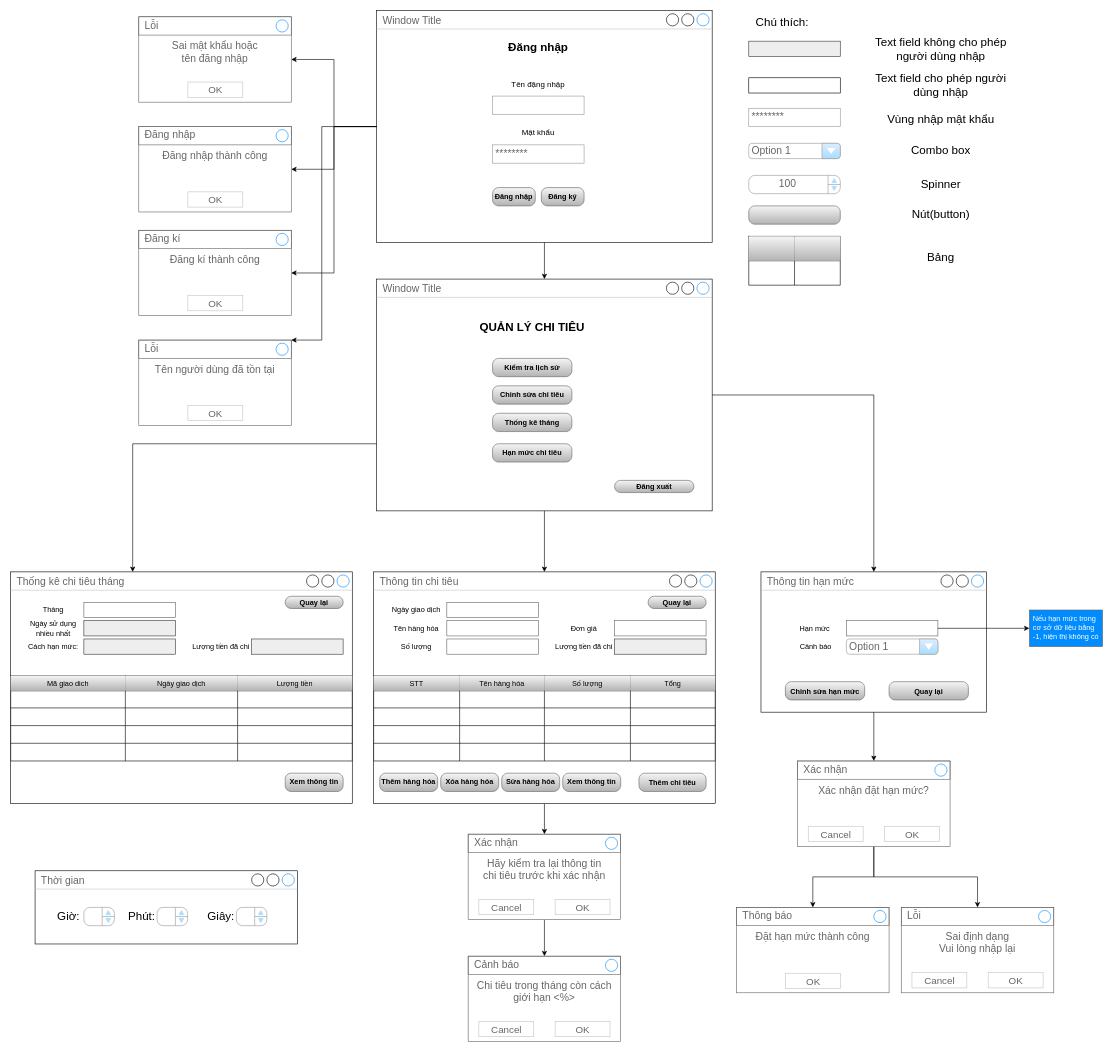
The draw.io diagram page "Sơ đồ màn hình" (1 of 6) of Diagrams/Screen diagram.drawio in AkallHuynh/IS216.L21.HTCL-Java, before the edit. Source tidied: cells renumbered, new cells numbered last; positions are measured from the earlier drawing's top-left corner, leaving out a move shared by most shapes. Both pictures are drawn from the tidied source at 61%, with x=0, y=0 at pixel (10, 10).
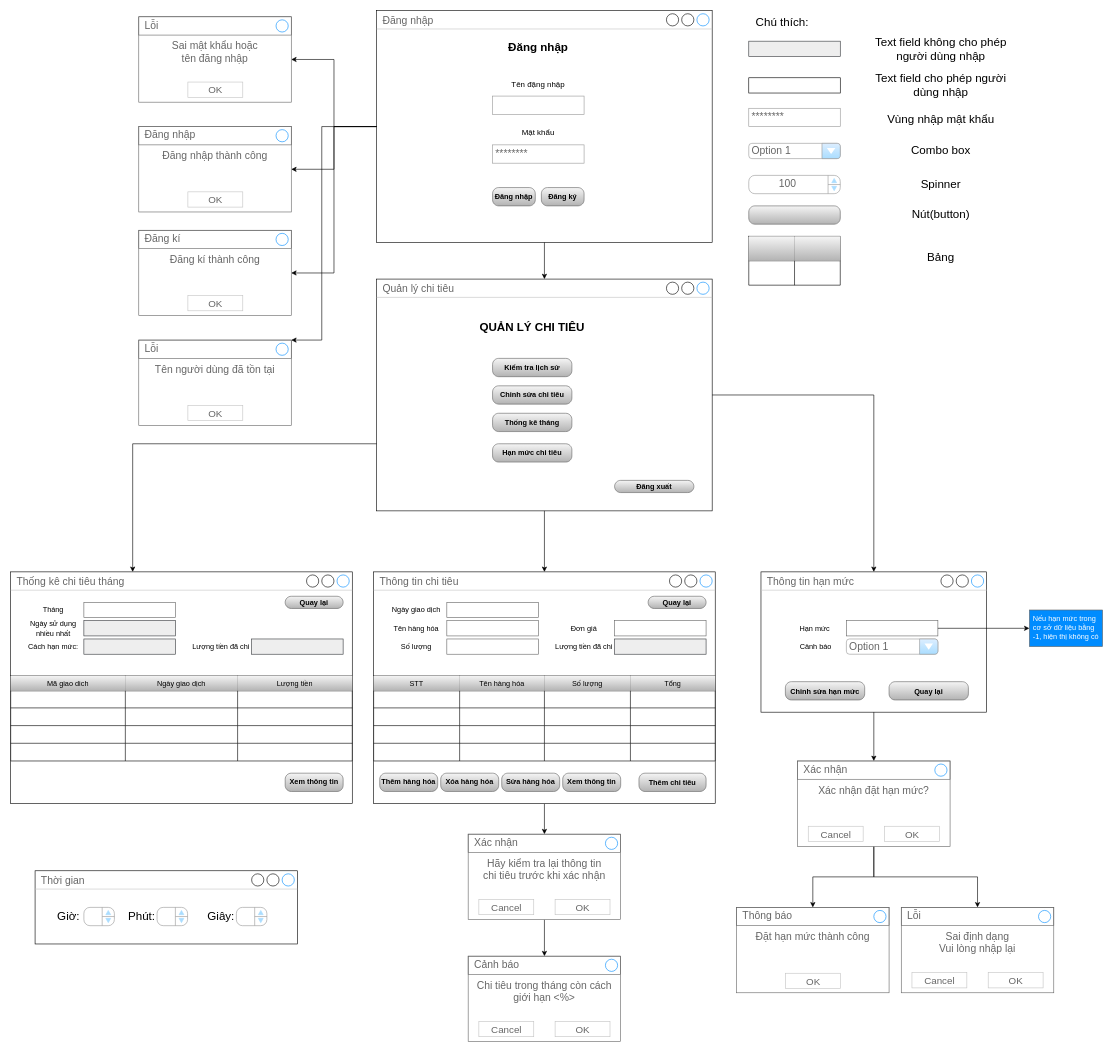
The same page after the edit.

Unchanged cells that the change refers to:
```xml
<mxCell id="118" style="group;" parent="1" vertex="1">
  <mxGeometry x="600" y="440" width="550" height="380" as="geometry" />
</mxCell>
<mxCell id="126" style="group;" parent="1" vertex="1">
  <mxGeometry x="600" width="550" height="380" as="geometry" />
</mxCell>
```

The edit, as a diff of the source:
```diff
@@
-    <mxCell id="119" value="Window Title" style="strokeWidth=1;shadow=0;dashed=0;align=center;html=1;shape=mxgraph.mockup.containers.window;align=left;verticalAlign=top;spacingLeft=8;strokeColor2=#008cff;strokeColor3=#c4c4c4;fontColor=#666666;mainText=;fontSize=17;labelBackgroundColor=none;" parent="118" vertex="1">
+    <mxCell id="119" value="Quản lý chi tiêu" style="strokeWidth=1;shadow=0;dashed=0;align=center;html=1;shape=mxgraph.mockup.containers.window;align=left;verticalAlign=top;spacingLeft=8;strokeColor2=#008cff;strokeColor3=#c4c4c4;fontColor=#666666;mainText=;fontSize=17;labelBackgroundColor=none;" parent="118" vertex="1">
       <mxGeometry width="550" height="380" as="geometry" />
     </mxCell>
@@
-    <mxCell id="127" value="Window Title" style="strokeWidth=1;shadow=0;dashed=0;align=center;html=1;shape=mxgraph.mockup.containers.window;align=left;verticalAlign=top;spacingLeft=8;strokeColor2=#008cff;strokeColor3=#c4c4c4;fontColor=#666666;mainText=;fontSize=17;labelBackgroundColor=none;" parent="126" vertex="1">
+    <mxCell id="127" value="Đăng nhập" style="strokeWidth=1;shadow=0;dashed=0;align=center;html=1;shape=mxgraph.mockup.containers.window;align=left;verticalAlign=top;spacingLeft=8;strokeColor2=#008cff;strokeColor3=#c4c4c4;fontColor=#666666;mainText=;fontSize=17;labelBackgroundColor=none;" parent="126" vertex="1">
       <mxGeometry width="550" height="380" as="geometry" />
     </mxCell>
```
